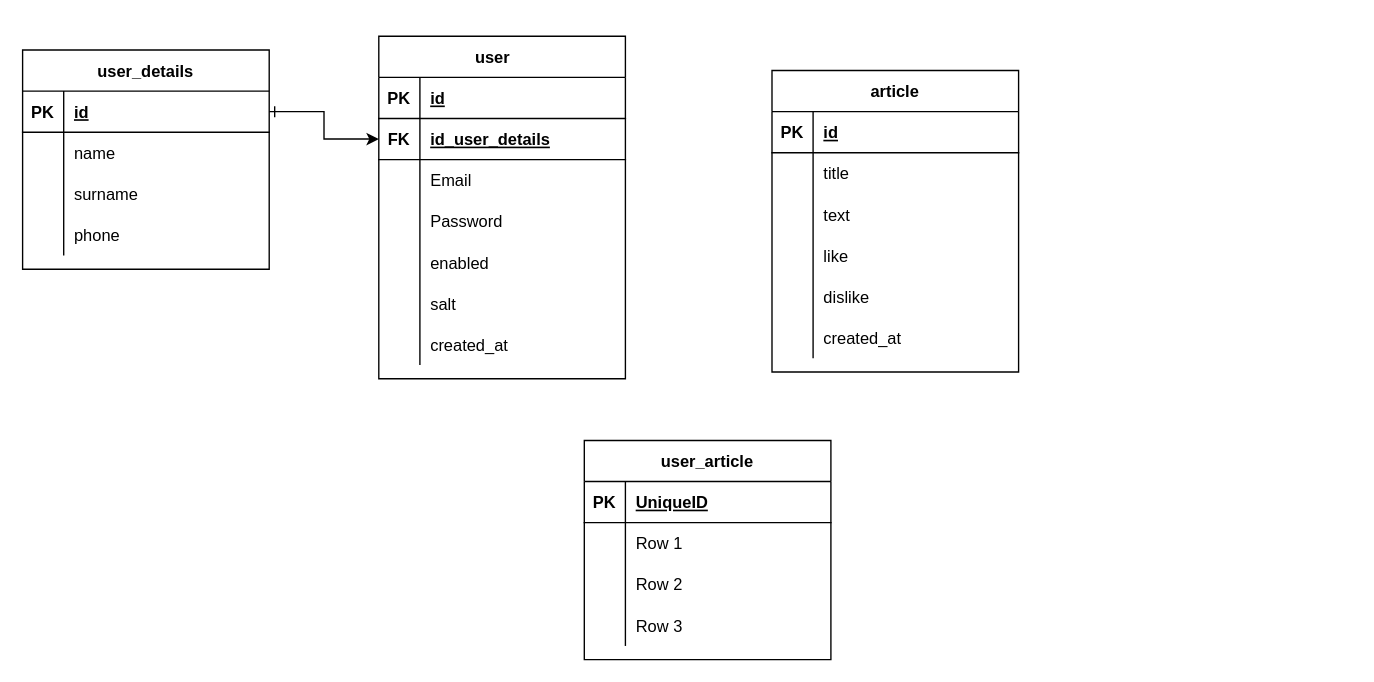
This is WDPAI ERD.drawio from DiabolOwlin/Project_LiveHub, a draw.io file, before an edit. Source tidied: cells renumbered, new cells numbered last; positions are measured from the earlier drawing's top-left corner, leaving out a move shared by most shapes. Both pictures are drawn from the tidied source at 137%, with x=0, y=0 at pixel (22, 36).
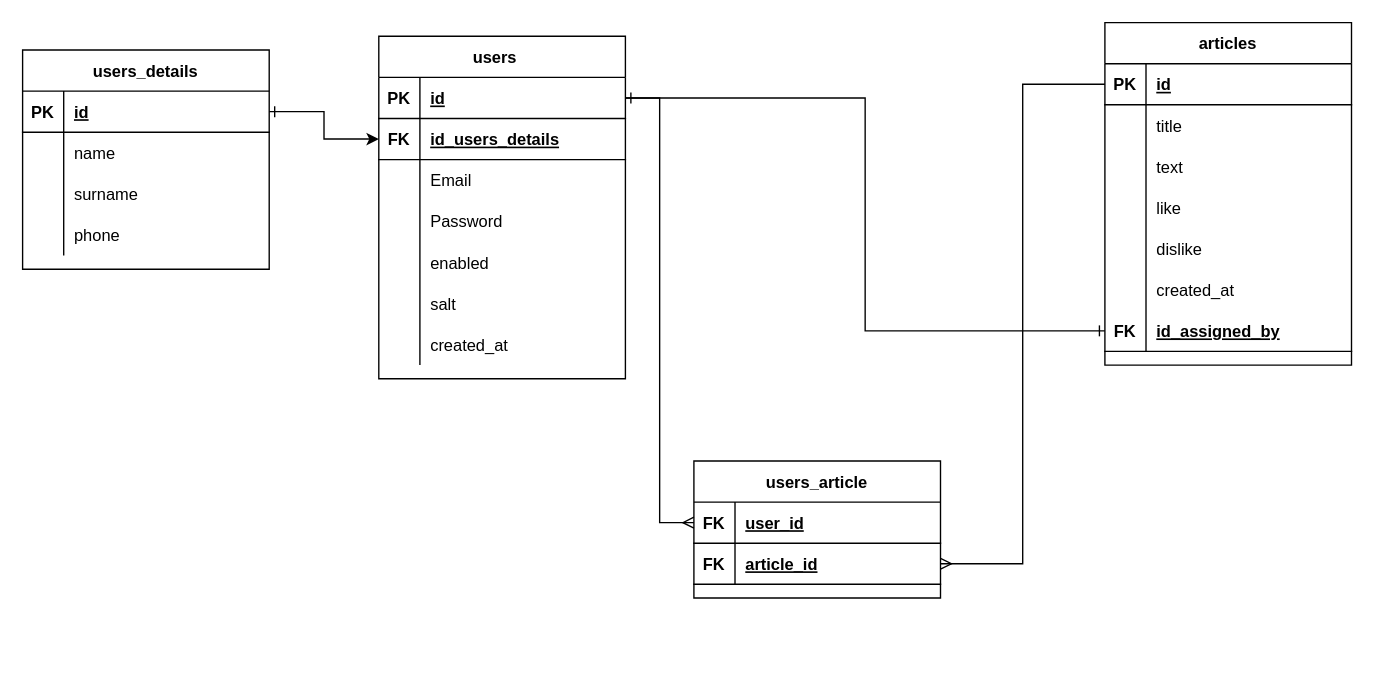
Above is the later version.

The change refers to these unchanged cells:
```xml
<mxCell id="3" style="shape=tableRow;horizontal=0;startSize=0;swimlaneHead=0;swimlaneBody=0;fillColor=none;points=[[0,0.5],[1,0.5]];portConstraint=eastwest;top=0;left=0;right=0;bottom=1;" parent="2" vertex="1">
  <mxGeometry y="30" width="180" height="30" as="geometry" />
</mxCell>
<mxCell id="6" style="shape=tableRow;horizontal=0;startSize=0;swimlaneHead=0;swimlaneBody=0;fillColor=none;points=[[0,0.5],[1,0.5]];portConstraint=eastwest;top=0;left=0;right=0;bottom=1;" parent="2" vertex="1">
  <mxGeometry y="60" width="180" height="30" as="geometry" />
</mxCell>
<mxCell id="39" style="shape=tableRow;horizontal=0;startSize=0;swimlaneHead=0;swimlaneBody=0;fillColor=none;points=[[0,0.5],[1,0.5]];portConstraint=eastwest;top=0;left=0;right=0;bottom=1;" parent="38" vertex="1">
  <mxGeometry y="30" width="180" height="30" as="geometry" />
</mxCell>
<mxCell id="58" style="shape=tableRow;horizontal=0;startSize=0;swimlaneHead=0;swimlaneBody=0;fillColor=none;points=[[0,0.5],[1,0.5]];portConstraint=eastwest;top=0;left=0;right=0;bottom=1;" parent="57" vertex="1">
  <mxGeometry y="30" width="180" height="30" as="geometry" />
</mxCell>
```

Change to the diagram source:
```diff
@@
-    <mxCell id="2" value="user    " style="shape=table;startSize=30;childLayout=tableLayout;rowLines=0;fontStyle=1;align=center;" parent="1" vertex="1">
+    <mxCell id="2" value="users    " style="shape=table;startSize=30;childLayout=tableLayout;rowLines=0;fontStyle=1;align=center;" parent="1" vertex="1">
       <mxGeometry x="260" width="180" height="250" as="geometry" />
     </mxCell>
@@
-    <mxCell id="8" value="id_user_details" style="shape=partialRectangle;fillColor=none;top=0;left=0;bottom=0;right=0;align=left;spacingLeft=6;fontStyle=5;overflow=hidden;" parent="6" vertex="1">
+    <mxCell id="8" value="id_users_details" style="shape=partialRectangle;fillColor=none;top=0;left=0;bottom=0;right=0;align=left;spacingLeft=6;fontStyle=5;overflow=hidden;" parent="6" vertex="1">
       <mxGeometry x="30" width="150" height="30" as="geometry" />
     </mxCell>
@@
-    <mxCell id="24" value="user_details" style="shape=table;startSize=30;childLayout=tableLayout;rowLines=0;fontStyle=1;align=center;" parent="1" vertex="1">
+    <mxCell id="24" value="users_details" style="shape=table;startSize=30;childLayout=tableLayout;rowLines=0;fontStyle=1;align=center;" parent="1" vertex="1">
       <mxGeometry y="10" width="180" height="160" as="geometry" />
     </mxCell>
@@
-    <mxCell id="38" value="article" style="shape=table;startSize=30;childLayout=tableLayout;rowLines=0;fontStyle=1;align=center;" parent="1" vertex="1">
-      <mxGeometry x="547" y="25" width="180" height="220" as="geometry" />
+    <mxCell id="38" value="articles" style="shape=table;startSize=30;childLayout=tableLayout;rowLines=0;fontStyle=1;align=center;" parent="1" vertex="1">
+      <mxGeometry x="790" y="-10" width="180" height="250" as="geometry" />
     </mxCell>
@@
+    <mxCell id="70" style="shape=tableRow;horizontal=0;startSize=0;swimlaneHead=0;swimlaneBody=0;fillColor=none;points=[[0,0.5],[1,0.5]];portConstraint=eastwest;top=0;left=0;right=0;bottom=1;" parent="38" vertex="1">
+      <mxGeometry y="210" width="180" height="30" as="geometry" />
+    </mxCell>
+    <mxCell id="71" value="FK" style="shape=partialRectangle;fillColor=none;top=0;left=0;bottom=0;right=0;fontStyle=1;overflow=hidden;" parent="70" vertex="1">
+      <mxGeometry width="30" height="30" as="geometry" />
+    </mxCell>
+    <mxCell id="72" value="id_assigned_by " style="shape=partialRectangle;fillColor=none;top=0;left=0;bottom=0;right=0;align=left;spacingLeft=6;fontStyle=5;overflow=hidden;" parent="70" vertex="1">
+      <mxGeometry x="30" width="150" height="30" as="geometry" />
+    </mxCell>
-    <mxCell id="57" value="user_article" style="shape=table;startSize=30;childLayout=tableLayout;rowLines=0;fontStyle=1;align=center;" parent="1" vertex="1">
-      <mxGeometry x="410" y="295" width="180" height="160" as="geometry" />
+    <mxCell id="57" value="users_article" style="shape=table;startSize=30;childLayout=tableLayout;rowLines=0;fontStyle=1;align=center;" parent="1" vertex="1">
+      <mxGeometry x="490" y="310" width="180" height="100" as="geometry" />
     </mxCell>
@@
-    <mxCell id="59" value="PK" style="shape=partialRectangle;fillColor=none;top=0;left=0;bottom=0;right=0;fontStyle=1;overflow=hidden;" parent="58" vertex="1">
+    <mxCell id="59" value="FK" style="shape=partialRectangle;fillColor=none;top=0;left=0;bottom=0;right=0;fontStyle=1;overflow=hidden;" parent="58" vertex="1">
       <mxGeometry width="30" height="30" as="geometry" />
     </mxCell>
-    <mxCell id="60" value="UniqueID" style="shape=partialRectangle;fillColor=none;top=0;left=0;bottom=0;right=0;align=left;spacingLeft=6;fontStyle=5;overflow=hidden;" parent="58" vertex="1">
+    <mxCell id="60" value="user_id" style="shape=partialRectangle;fillColor=none;top=0;left=0;bottom=0;right=0;align=left;spacingLeft=6;fontStyle=5;overflow=hidden;" parent="58" vertex="1">
       <mxGeometry x="30" width="150" height="30" as="geometry" />
     </mxCell>
-    <mxCell id="61" style="shape=tableRow;horizontal=0;startSize=0;swimlaneHead=0;swimlaneBody=0;fillColor=none;top=0;left=0;right=0;bottom=0;" parent="57" vertex="1">
-      <mxGeometry y="60" width="180" height="30" as="geometry" />
-    </mxCell>
-    <mxCell id="62" style="shape=partialRectangle;fillColor=none;top=0;left=0;bottom=0;right=0;overflow=hidden;" parent="61" vertex="1">
-      <mxGeometry width="30" height="30" as="geometry" />
-    </mxCell>
-    <mxCell id="63" value="Row 1" style="shape=partialRectangle;fillColor=none;top=0;left=0;bottom=0;right=0;align=left;spacingLeft=6;overflow=hidden;" parent="61" vertex="1">
-      <mxGeometry x="30" width="150" height="30" as="geometry" />
-    </mxCell>
-    <mxCell id="64" style="shape=tableRow;horizontal=0;startSize=0;swimlaneHead=0;swimlaneBody=0;fillColor=none;top=0;left=0;right=0;bottom=0;" parent="57" vertex="1">
-      <mxGeometry y="90" width="180" height="30" as="geometry" />
-    </mxCell>
-    <mxCell id="65" style="shape=partialRectangle;fillColor=none;top=0;left=0;bottom=0;right=0;overflow=hidden;" parent="64" vertex="1">
-      <mxGeometry width="30" height="30" as="geometry" />
-    </mxCell>
-    <mxCell id="66" value="Row 2" style="shape=partialRectangle;fillColor=none;top=0;left=0;bottom=0;right=0;align=left;spacingLeft=6;overflow=hidden;" parent="64" vertex="1">
-      <mxGeometry x="30" width="150" height="30" as="geometry" />
-    </mxCell>
-    <mxCell id="67" style="shape=tableRow;horizontal=0;startSize=0;swimlaneHead=0;swimlaneBody=0;fillColor=none;top=0;left=0;right=0;bottom=0;" parent="57" vertex="1">
-      <mxGeometry y="120" width="180" height="30" as="geometry" />
-    </mxCell>
-    <mxCell id="68" style="shape=partialRectangle;fillColor=none;top=0;left=0;bottom=0;right=0;overflow=hidden;" parent="67" vertex="1">
-      <mxGeometry width="30" height="30" as="geometry" />
-    </mxCell>
-    <mxCell id="69" value="Row 3" style="shape=partialRectangle;fillColor=none;top=0;left=0;bottom=0;right=0;align=left;spacingLeft=6;overflow=hidden;" parent="67" vertex="1">
-      <mxGeometry x="30" width="150" height="30" as="geometry" />
-    </mxCell>
+    <mxCell id="73" style="shape=tableRow;horizontal=0;startSize=0;swimlaneHead=0;swimlaneBody=0;fillColor=none;points=[[0,0.5],[1,0.5]];portConstraint=eastwest;top=0;left=0;right=0;bottom=1;" parent="57" vertex="1">
+      <mxGeometry y="60" width="180" height="30" as="geometry" />
+    </mxCell>
+    <mxCell id="74" value="FK" style="shape=partialRectangle;fillColor=none;top=0;left=0;bottom=0;right=0;fontStyle=1;overflow=hidden;" parent="73" vertex="1">
+      <mxGeometry width="30" height="30" as="geometry" />
+    </mxCell>
+    <mxCell id="75" value="article_id" style="shape=partialRectangle;fillColor=none;top=0;left=0;bottom=0;right=0;align=left;spacingLeft=6;fontStyle=5;overflow=hidden;" parent="73" vertex="1">
+      <mxGeometry x="30" width="150" height="30" as="geometry" />
+    </mxCell>
+    <mxCell id="76" style="edgeStyle=orthogonalEdgeStyle;rounded=0;jettySize=auto;html=1;exitX=1;exitY=0.5;exitDx=0;exitDy=0;entryX=0;entryY=0.5;entryDx=0;entryDy=0;startArrow=none;startFill=0;endArrow=ERmany;endFill=0;" parent="1" edge="1" source="3" target="58">
+      <mxGeometry relative="1" as="geometry" />
+    </mxCell>
+    <mxCell id="77" style="edgeStyle=orthogonalEdgeStyle;rounded=0;jettySize=auto;html=1;exitX=0;exitY=0.5;exitDx=0;exitDy=0;entryX=1;entryY=0.5;entryDx=0;entryDy=0;startArrow=none;startFill=0;endArrow=ERmany;endFill=0;" parent="1" edge="1" source="39" target="73">
+      <mxGeometry relative="1" as="geometry" />
+    </mxCell>
+    <mxCell id="78" style="edgeStyle=orthogonalEdgeStyle;rounded=0;jettySize=auto;html=1;entryX=1;entryY=0.5;entryDx=0;entryDy=0;startArrow=ERone;startFill=0;endArrow=ERone;endFill=0;" parent="1" edge="1" source="70" target="3">
+      <mxGeometry relative="1" as="geometry" />
+    </mxCell>
```
